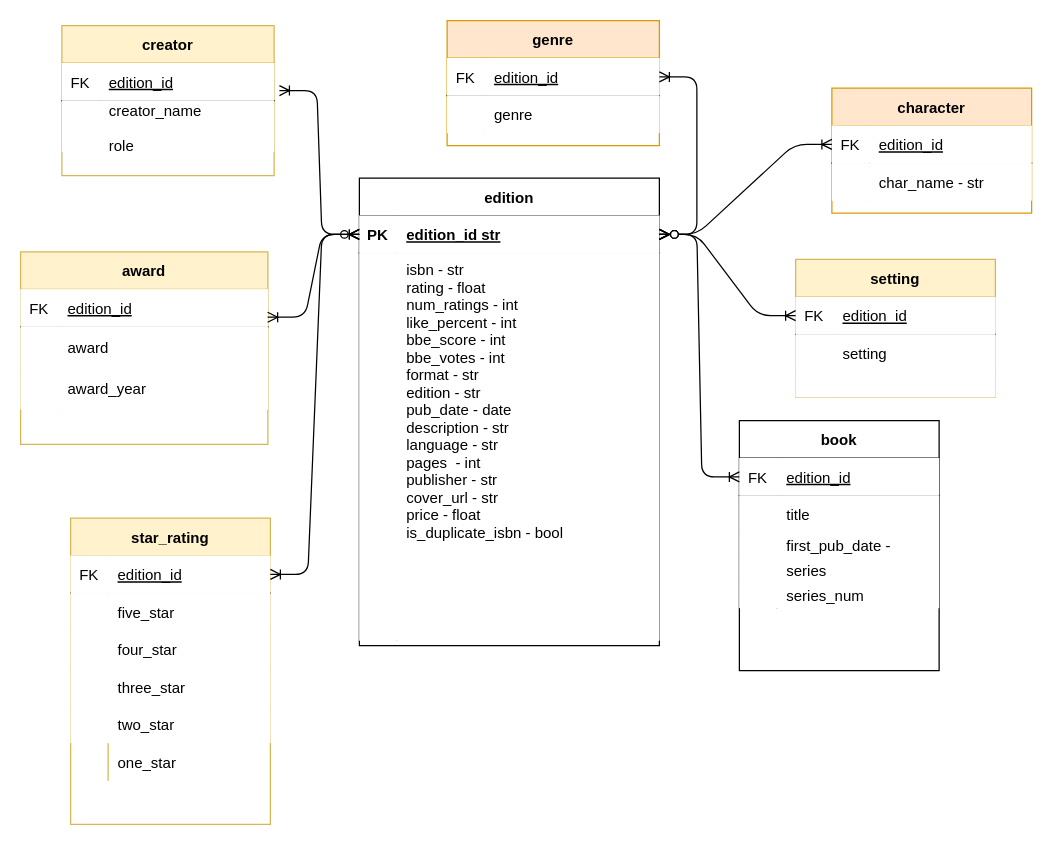
The draw.io diagram artifacts/books_db.drawio in codeslp/books_db, before the edit. Source tidied: cells renumbered, new cells numbered last; positions are measured from the earlier drawing's top-left corner, leaving out a move shared by most shapes. Both pictures are drawn from the tidied source at 125%, with x=0, y=0 at pixel (20, 20).
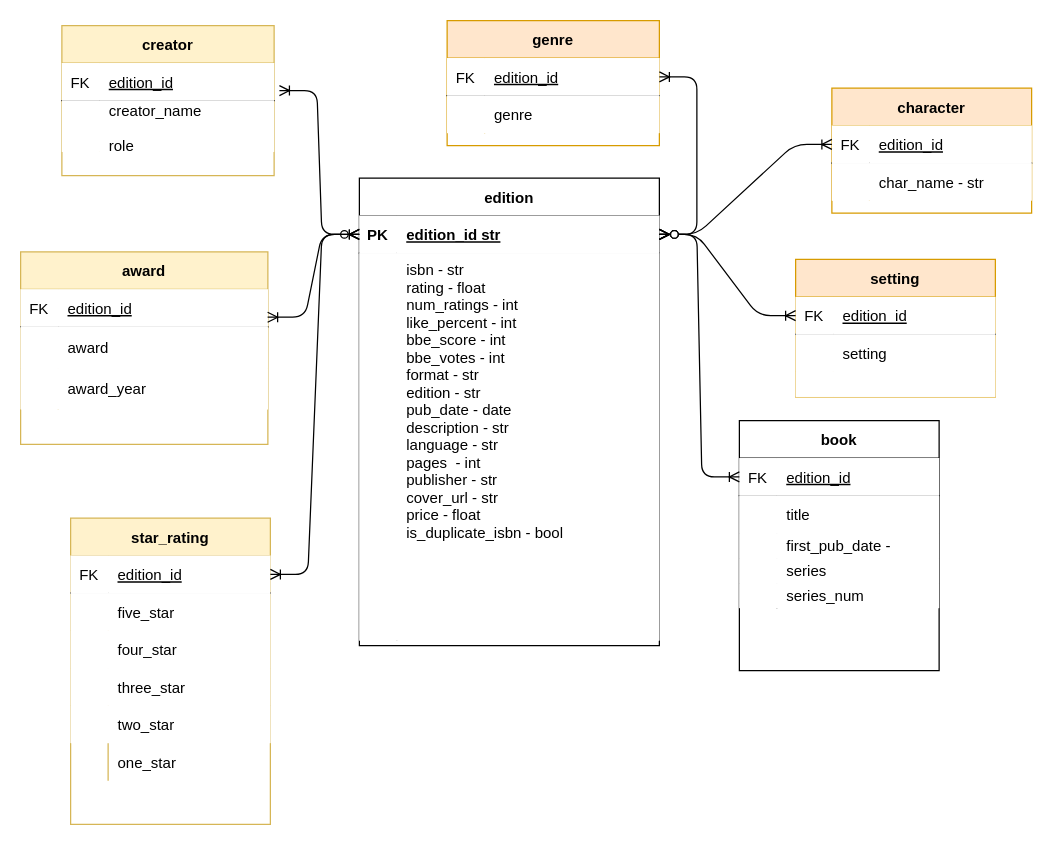
The same page after the edit.

What changed in the source:
```diff
@@
-    <mxCell id="42" value="setting" style="shape=table;startSize=30;childLayout=tableLayout;rowLines=0;fontStyle=1;align=center;fillColor=#fff2cc;strokeColor=#d6b656;" parent="1" vertex="1">
+    <mxCell id="42" value="setting" style="shape=table;startSize=30;childLayout=tableLayout;rowLines=0;fontStyle=1;align=center;fillColor=#ffe6cc;strokeColor=#d79b00;" parent="1" vertex="1">
       <mxGeometry x="620" y="191" width="159.8" height="110" as="geometry" />
     </mxCell>
```
